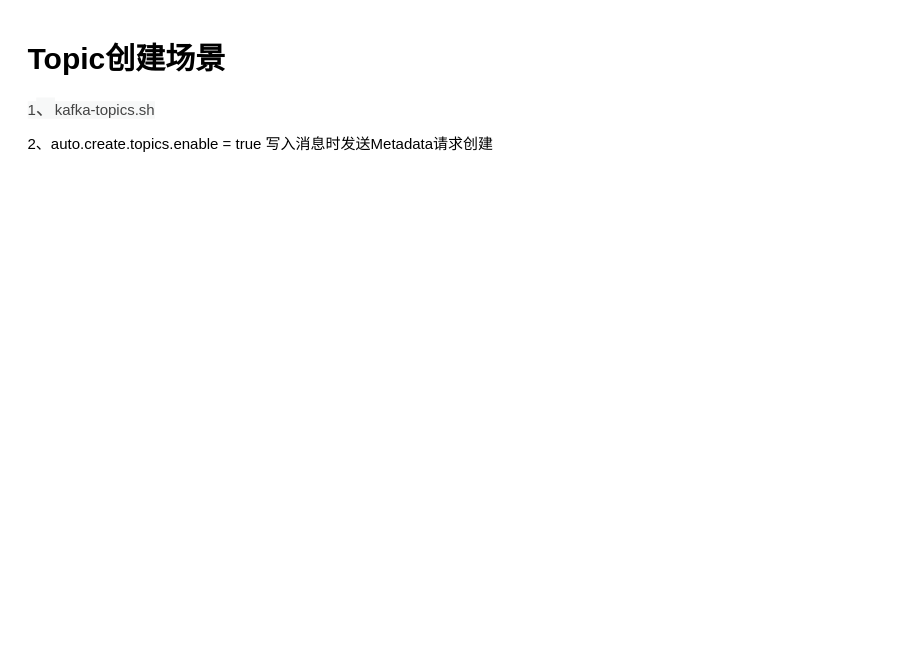
Above: page "Topic的创建过程" (10 of 10) of kafka.drawio in chuyuqiao/gogogo (draw.io), before the change. Source tidied: cells renumbered, new cells numbered last; positions are measured from the earlier drawing's top-left corner, leaving out a move shared by most shapes. Both pictures are drawn from the tidied source at 125%, with x=0, y=0 at pixel (21, 34).
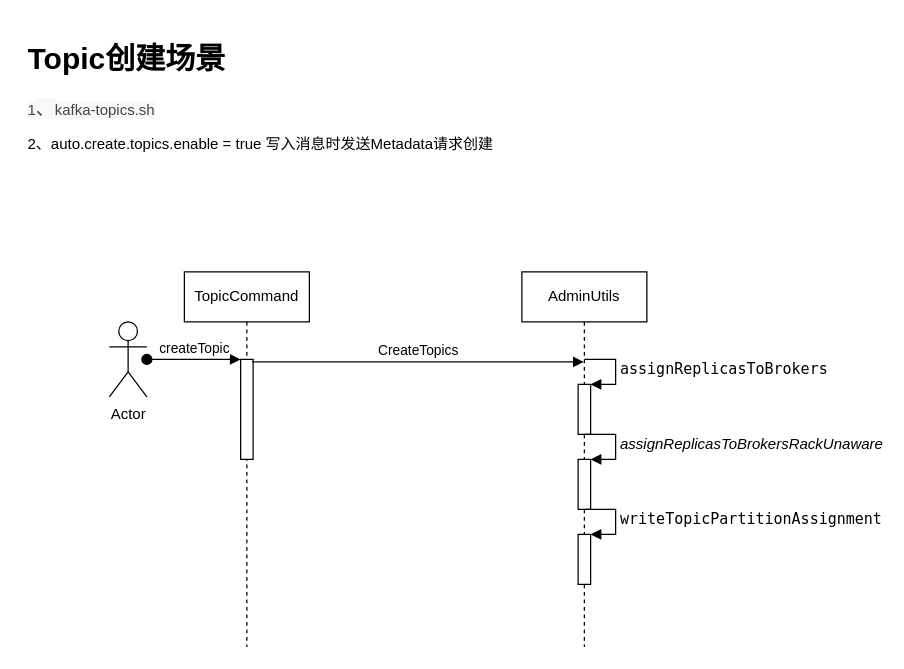
The same diagram, later.

Change to the diagram source:
```diff
@@
 <mxGraphModel>
   <root>
     <mxCell id="0" />
     <mxCell id="1" parent="0" />
     <mxCell id="2" value="&lt;h1&gt;Topic创建场景&lt;/h1&gt;&lt;span style=&quot;color: rgb(68 , 68 , 68) ; text-align: justify ; background-color: rgb(247 , 248 , 248)&quot;&gt;&lt;font style=&quot;font-size: 12px&quot;&gt;1&lt;/font&gt;&lt;/span&gt;&lt;span style=&quot;color: rgb(68 , 68 , 68) ; font-size: 15px ; text-align: justify ; background-color: rgb(247 , 248 , 248)&quot;&gt;、&lt;/span&gt;&lt;span style=&quot;color: rgb(68 , 68 , 68) ; text-align: justify ; background-color: rgb(247 , 248 , 248)&quot;&gt;&lt;font style=&quot;font-size: 12px&quot;&gt;kafka-topics.sh&lt;/font&gt;&lt;/span&gt;&lt;p&gt;&lt;font style=&quot;font-size: 12px&quot;&gt;2、auto.create.topics.enable = true 写入消息时发送Metadata请求创建&lt;/font&gt;&lt;/p&gt;" style="text;html=1;strokeColor=none;fillColor=none;spacing=5;spacingTop=-20;whiteSpace=wrap;overflow=hidden;rounded=0;" parent="1" vertex="1">
       <mxGeometry width="400" height="100" as="geometry" />
     </mxCell>
+    <mxCell id="3" value="TopicCommand" style="shape=umlLifeline;perimeter=lifelinePerimeter;whiteSpace=wrap;html=1;" parent="1" vertex="1">
+      <mxGeometry x="130" y="190" width="100" height="300" as="geometry" />
+    </mxCell>
+    <mxCell id="4" style="html=1;points=[];perimeter=orthogonalPerimeter;" parent="3" vertex="1">
+      <mxGeometry x="45" y="70" width="10" height="80" as="geometry" />
+    </mxCell>
+    <mxCell id="5" value="Actor" style="shape=umlActor;verticalLabelPosition=bottom;verticalAlign=top;html=1;" parent="1" vertex="1">
+      <mxGeometry x="70" y="230" width="30" height="60" as="geometry" />
+    </mxCell>
+    <mxCell id="6" value="createTopic" style="html=1;verticalAlign=bottom;startArrow=oval;endArrow=block;startSize=8;" parent="1" edge="1" source="5" target="4">
+      <mxGeometry relative="1" as="geometry" />
+    </mxCell>
+    <mxCell id="7" value="AdminUtils" style="shape=umlLifeline;perimeter=lifelinePerimeter;whiteSpace=wrap;html=1;outlineConnect=0;" parent="1" vertex="1">
+      <mxGeometry x="400" y="190" width="100" height="300" as="geometry" />
+    </mxCell>
+    <mxCell id="8" style="html=1;points=[];perimeter=orthogonalPerimeter;" parent="7" vertex="1">
+      <mxGeometry x="45" y="90" width="10" height="40" as="geometry" />
+    </mxCell>
+    <mxCell id="9" value="&lt;pre style=&quot;font-family: &amp;#34;menlo&amp;#34;&quot;&gt;&lt;font style=&quot;font-size: 12px&quot;&gt;assignReplicasToBrokers&lt;/font&gt;&lt;/pre&gt;" style="edgeStyle=orthogonalEdgeStyle;html=1;align=left;spacingLeft=2;endArrow=block;rounded=0;entryX=1;entryY=0;" parent="7" edge="1" target="8">
+      <mxGeometry relative="1" as="geometry">
+        <mxPoint x="50" y="70" as="sourcePoint" />
+        <Array as="points">
+          <mxPoint x="75" y="70" />
+        </Array>
+      </mxGeometry>
+    </mxCell>
+    <mxCell id="10" style="html=1;points=[];perimeter=orthogonalPerimeter;" parent="7" vertex="1">
+      <mxGeometry x="45" y="150" width="10" height="40" as="geometry" />
+    </mxCell>
+    <mxCell id="11" value="&lt;pre&gt;&lt;span style=&quot;font-style: italic&quot;&gt;&lt;font face=&quot;Helvetica&quot; style=&quot;font-size: 12px&quot;&gt;assignReplicasToBrokersRackUnaware&lt;/font&gt;&lt;/span&gt;&lt;/pre&gt;" style="edgeStyle=orthogonalEdgeStyle;html=1;align=left;spacingLeft=2;endArrow=block;rounded=0;entryX=1;entryY=0;" parent="7" edge="1" target="10">
+      <mxGeometry relative="1" as="geometry">
+        <mxPoint x="50" y="130" as="sourcePoint" />
+        <Array as="points">
+          <mxPoint x="75" y="130" />
+        </Array>
+      </mxGeometry>
+    </mxCell>
+    <mxCell id="12" style="html=1;points=[];perimeter=orthogonalPerimeter;" parent="7" vertex="1">
+      <mxGeometry x="45" y="210" width="10" height="40" as="geometry" />
+    </mxCell>
+    <mxCell id="13" value="&lt;pre style=&quot;font-family: &amp;#34;menlo&amp;#34;&quot;&gt;&lt;font style=&quot;font-size: 12px&quot;&gt;writeTopicPartitionAssignment&lt;/font&gt;&lt;/pre&gt;" style="edgeStyle=orthogonalEdgeStyle;html=1;align=left;spacingLeft=2;endArrow=block;rounded=0;entryX=1;entryY=0;" parent="7" edge="1" target="12">
+      <mxGeometry relative="1" as="geometry">
+        <mxPoint x="50" y="190" as="sourcePoint" />
+        <Array as="points">
+          <mxPoint x="75" y="190" />
+        </Array>
+      </mxGeometry>
+    </mxCell>
+    <mxCell id="14" value="CreateTopics" style="html=1;verticalAlign=bottom;endArrow=block;exitX=0.9;exitY=0.025;exitDx=0;exitDy=0;exitPerimeter=0;" parent="1" edge="1" source="4" target="7">
+      <mxGeometry relative="1" as="geometry" />
+    </mxCell>
   </root>
 </mxGraphModel>
```
